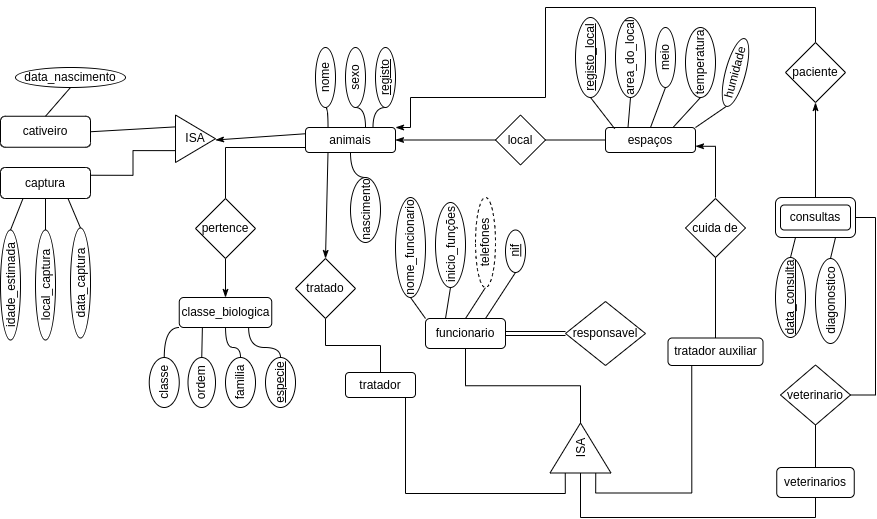
Before: fotos/DiagramaE-R.drawio.png, a diagram exported from draw.io (GBarradas/BD_Work_2). Source tidied: cells renumbered, new cells last; positions are measured from the earlier drawing's top-left corner, leaving out a move shared by most shapes.
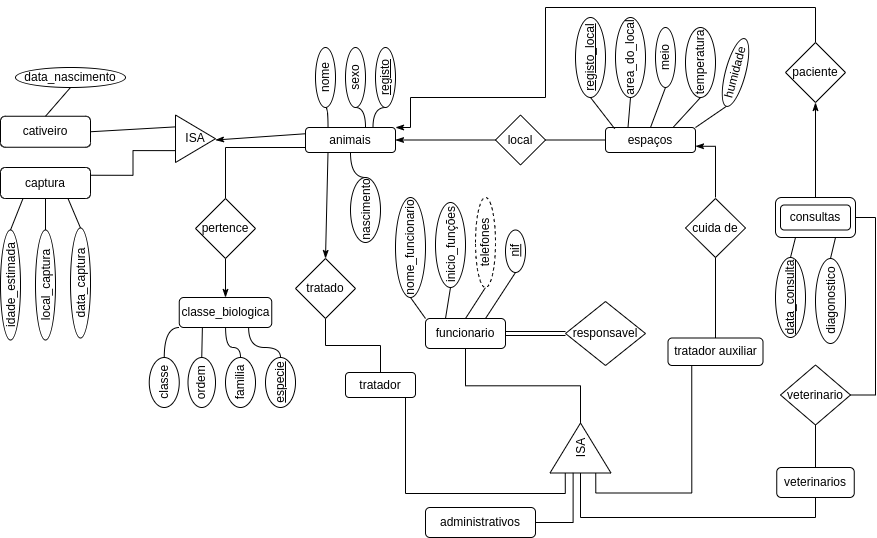
After the change.

Change to the diagram source:
```diff
@@ -205,7 +205,7 @@
     <mxCell id="60" style="edgeStyle=orthogonalEdgeStyle;rounded=0;jettySize=auto;html=1;exitX=1;exitY=0.5;exitDx=0;exitDy=0;startArrow=none;startFill=0;endArrow=none;endFill=0;" parent="1" edge="1" source="61" target="59">
       <mxGeometry relative="1" as="geometry" />
     </mxCell>
-    <mxCell id="61" value="ISA" style="triangle;whiteSpace=wrap;html=1;rotation=-90;" parent="1" vertex="1">
+    <mxCell id="61" value="ISA" style="triangle;whiteSpace=wrap;html=1;rotation=-90;horizontal=1;" parent="1" vertex="1">
       <mxGeometry x="555" y="410" width="50" height="61" as="geometry" />
     </mxCell>
     <mxCell id="62" style="rounded=0;jettySize=auto;html=1;exitX=0.5;exitY=1;exitDx=0;exitDy=0;entryX=0.5;entryY=0;entryDx=0;entryDy=0;startArrow=none;startFill=0;endArrow=none;endFill=0;" parent="1" edge="1" source="63" target="65">
@@ -291,5 +291,11 @@
     <mxCell id="87" value="local_captura" style="ellipse;whiteSpace=wrap;html=1;rounded=1;direction=south;horizontal=0;rotation=0;" parent="1" vertex="1">
       <mxGeometry x="35" y="222.5" width="20" height="110" as="geometry" />
     </mxCell>
+    <mxCell id="88" style="edgeStyle=orthogonalEdgeStyle;rounded=0;jettySize=auto;html=1;exitX=1;exitY=0.5;exitDx=0;exitDy=0;entryX=0.002;entryY=0.379;entryDx=0;entryDy=0;entryPerimeter=0;endArrow=none;endFill=0;" parent="1" edge="1" source="89" target="61">
+      <mxGeometry relative="1" as="geometry" />
+    </mxCell>
+    <mxCell id="89" value="administrativos" style="rounded=1;whiteSpace=wrap;html=1;" parent="1" vertex="1">
+      <mxGeometry x="425" y="500" width="110" height="30" as="geometry" />
+    </mxCell>
   </root>
 </mxGraphModel>
```
